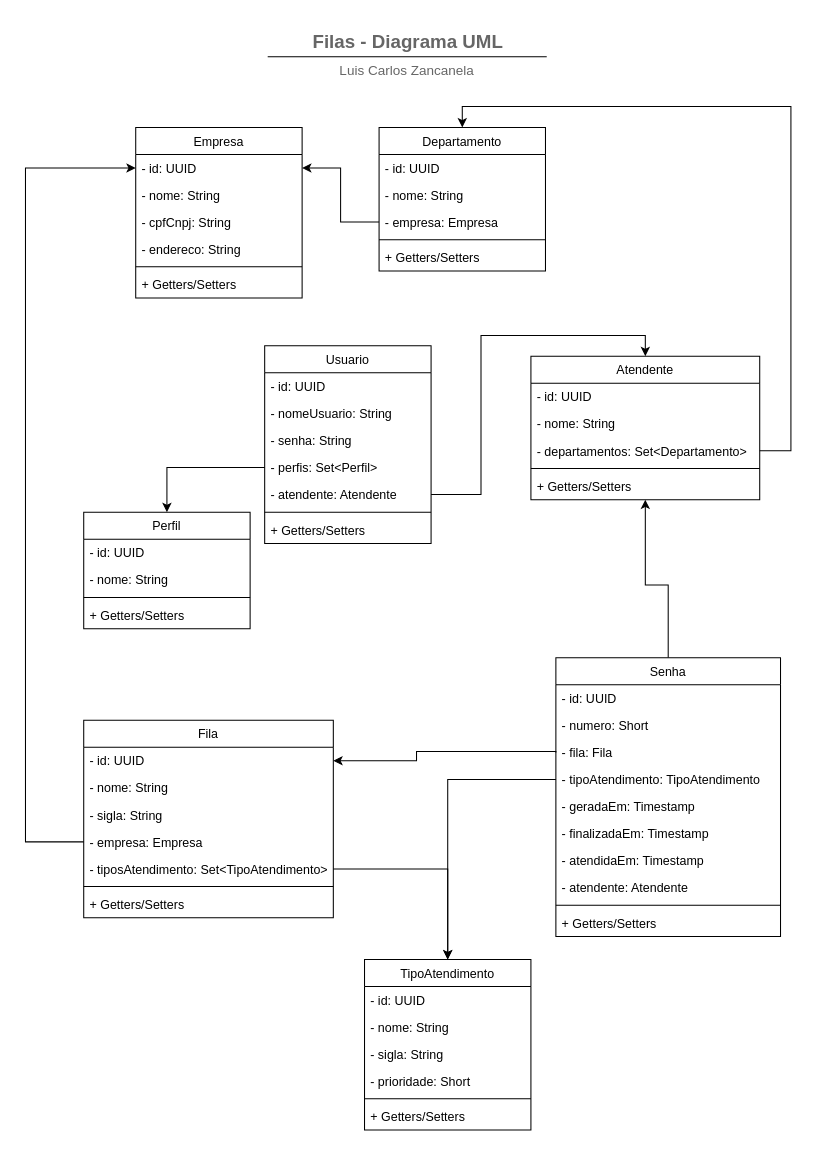
This is docs/uml-diagram.drawio from didifive/queue-service-api, a draw.io file, before an edit. Source tidied: cells renumbered, new cells numbered last; positions are measured from the earlier drawing's top-left corner, leaving out a move shared by most shapes. Both pictures are drawn from the tidied source at 104%, with x=0, y=0 at pixel (25, 18).
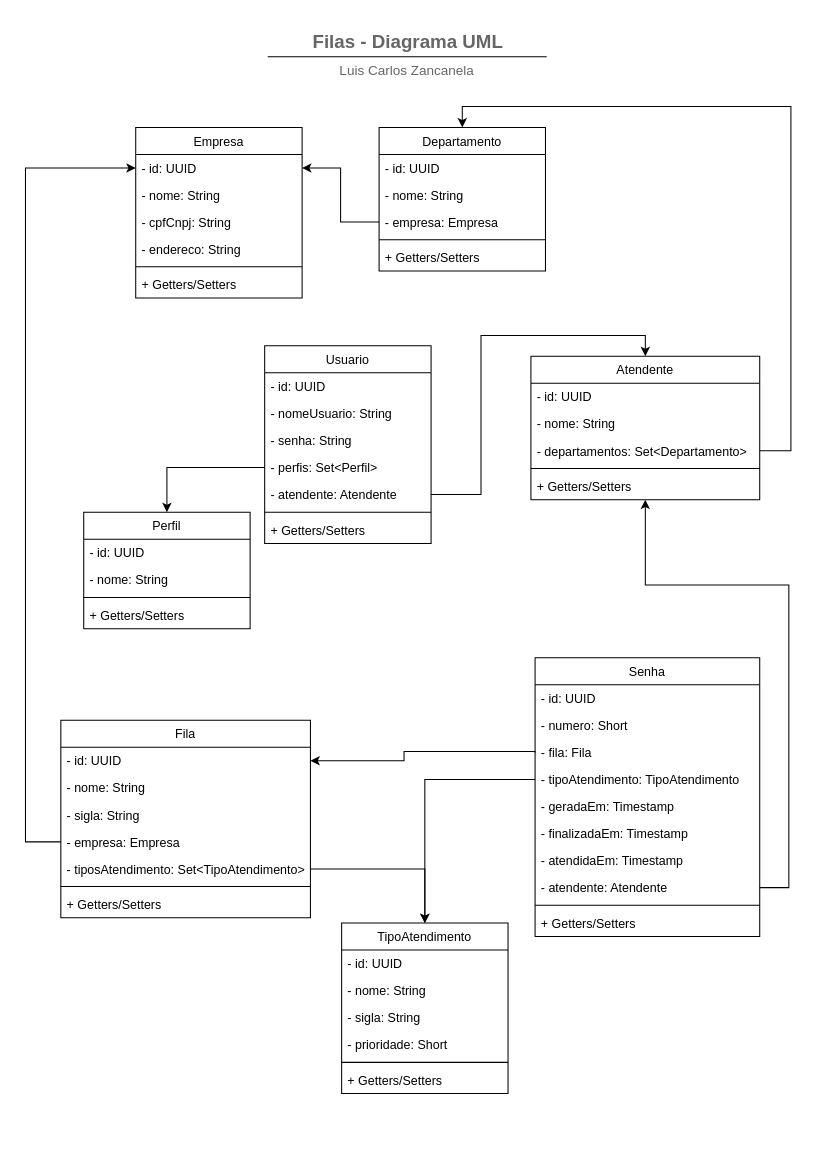
The same diagram, later.

The change refers to these unchanged cells:
```xml
<mxCell id="11" value="- id: UUID" style="text;align=left;verticalAlign=top;spacingLeft=4;spacingRight=4;overflow=hidden;points=[[0,0.5],[1,0.5]];portConstraint=eastwest;" parent="10" vertex="1">
  <mxGeometry y="26" width="240" height="26" as="geometry" />
</mxCell>
<mxCell id="22" value="- fila: Fila" style="text;align=left;verticalAlign=top;spacingLeft=4;spacingRight=4;overflow=hidden;points=[[0,0.5],[1,0.5]];portConstraint=eastwest;" parent="19" vertex="1">
  <mxGeometry y="78" width="216" height="26" as="geometry" />
</mxCell>
<mxCell id="27" value="- atendente: Atendente" style="text;align=left;verticalAlign=top;spacingLeft=4;spacingRight=4;overflow=hidden;points=[[0,0.5],[1,0.5]];portConstraint=eastwest;" parent="19" vertex="1">
  <mxGeometry y="208" width="216" height="26" as="geometry" />
</mxCell>
<mxCell id="30" value="Atendente" style="swimlane;fontStyle=0;align=center;verticalAlign=top;horizontal=1;startSize=26;rounded=0;shadow=0;strokeWidth=1;" parent="1" vertex="1">
  <mxGeometry x="486" y="325" width="220" height="138" as="geometry" />
</mxCell>
```

Diff of the diagram source:
```diff
@@
     <mxCell id="10" value="Fila" style="swimlane;fontStyle=0;align=center;verticalAlign=top;horizontal=1;startSize=26;rounded=0;shadow=0;strokeWidth=1;" parent="1" vertex="1">
-      <mxGeometry x="56" y="675" width="240" height="190" as="geometry" />
+      <mxGeometry x="34" y="675" width="240" height="190" as="geometry" />
     </mxCell>
@@
-    <mxCell id="18" style="edgeStyle=orthogonalEdgeStyle;rounded=0;jettySize=auto;html=1;entryX=0.5;entryY=1;entryDx=0;entryDy=0;exitX=0.5;exitY=0;exitDx=0;exitDy=0;" parent="1" edge="1" source="19" target="30">
+    <mxCell id="18" style="edgeStyle=orthogonalEdgeStyle;rounded=0;jettySize=auto;html=1;entryX=0.5;entryY=1;entryDx=0;entryDy=0;exitX=1;exitY=0.5;exitDx=0;exitDy=0;" parent="1" edge="1" source="27" target="30">
       <mxGeometry relative="1" as="geometry">
         <Array as="points">
-          <mxPoint x="618" y="545" />
+          <mxPoint x="734" y="836" />
+          <mxPoint x="734" y="545" />
           <mxPoint x="596" y="545" />
         </Array>
       </mxGeometry>
     </mxCell>
     <mxCell id="19" value="Senha" style="swimlane;fontStyle=0;align=center;verticalAlign=top;horizontal=1;startSize=26;rounded=0;shadow=0;strokeWidth=1;" parent="1" vertex="1">
-      <mxGeometry x="510" y="615" width="216" height="268" as="geometry" />
+      <mxGeometry x="490" y="615" width="216" height="268" as="geometry" />
     </mxCell>
@@
     <mxCell id="49" style="edgeStyle=orthogonalEdgeStyle;rounded=0;jettySize=auto;html=1;entryX=1;entryY=0.5;entryDx=0;entryDy=0;exitX=0;exitY=0.5;exitDx=0;exitDy=0;" parent="1" edge="1" source="22" target="11">
       <mxGeometry relative="1" as="geometry">
         <Array as="points">
-          <mxPoint x="510" y="705" />
-          <mxPoint x="376" y="705" />
-          <mxPoint x="376" y="714" />
+          <mxPoint x="490" y="705" />
+          <mxPoint x="364" y="705" />
+          <mxPoint x="364" y="714" />
         </Array>
       </mxGeometry>
     </mxCell>
@@
     <mxCell id="61" value="TipoAtendimento" style="swimlane;fontStyle=0;align=center;verticalAlign=top;horizontal=1;startSize=26;rounded=0;shadow=0;strokeWidth=1;" parent="1" vertex="1">
-      <mxGeometry x="326" y="905" width="160" height="164" as="geometry" />
+      <mxGeometry x="304" y="870" width="160" height="164" as="geometry" />
     </mxCell>
```
